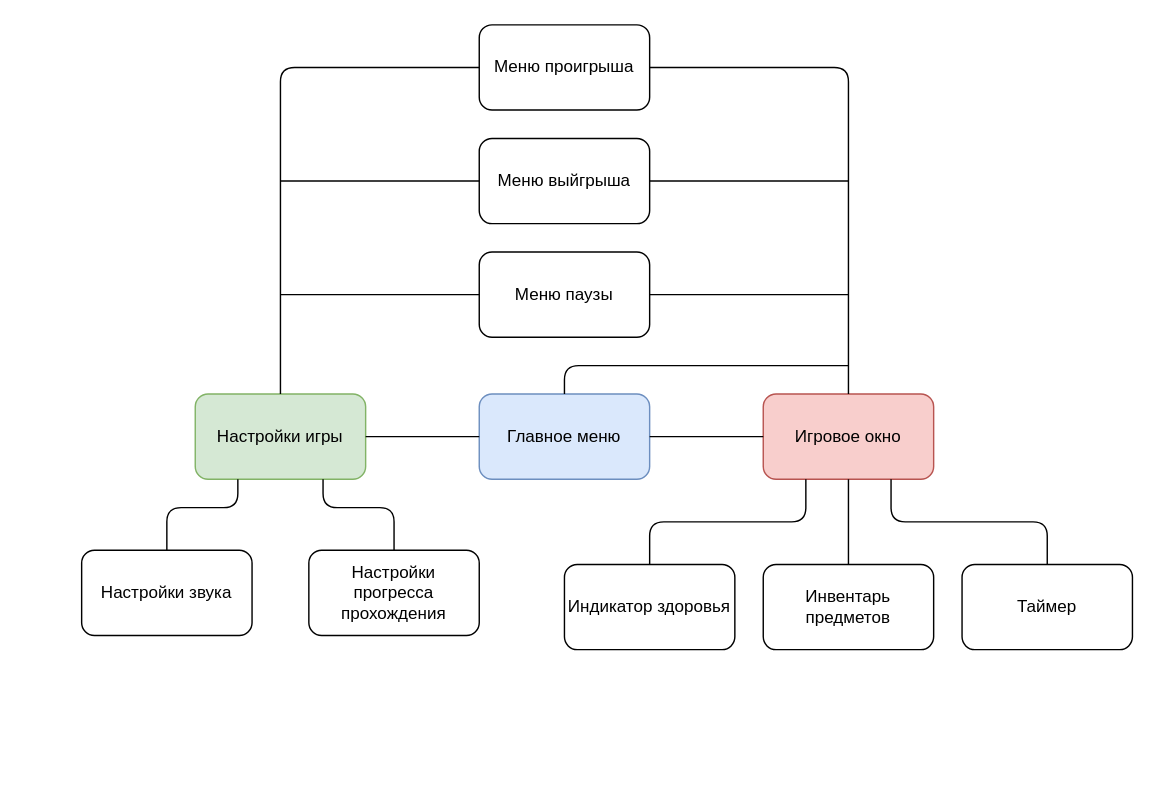
Before: doc/structure_diagram/structure.drawio in itfray/GameGrinch2D, a draw.io diagram. Source tidied: cells renumbered, new cells numbered last; positions are measured from the earlier drawing's top-left corner, leaving out a move shared by most shapes. Both pictures are drawn from the tidied source at 142%, with x=0, y=0 at pixel (81, 24).
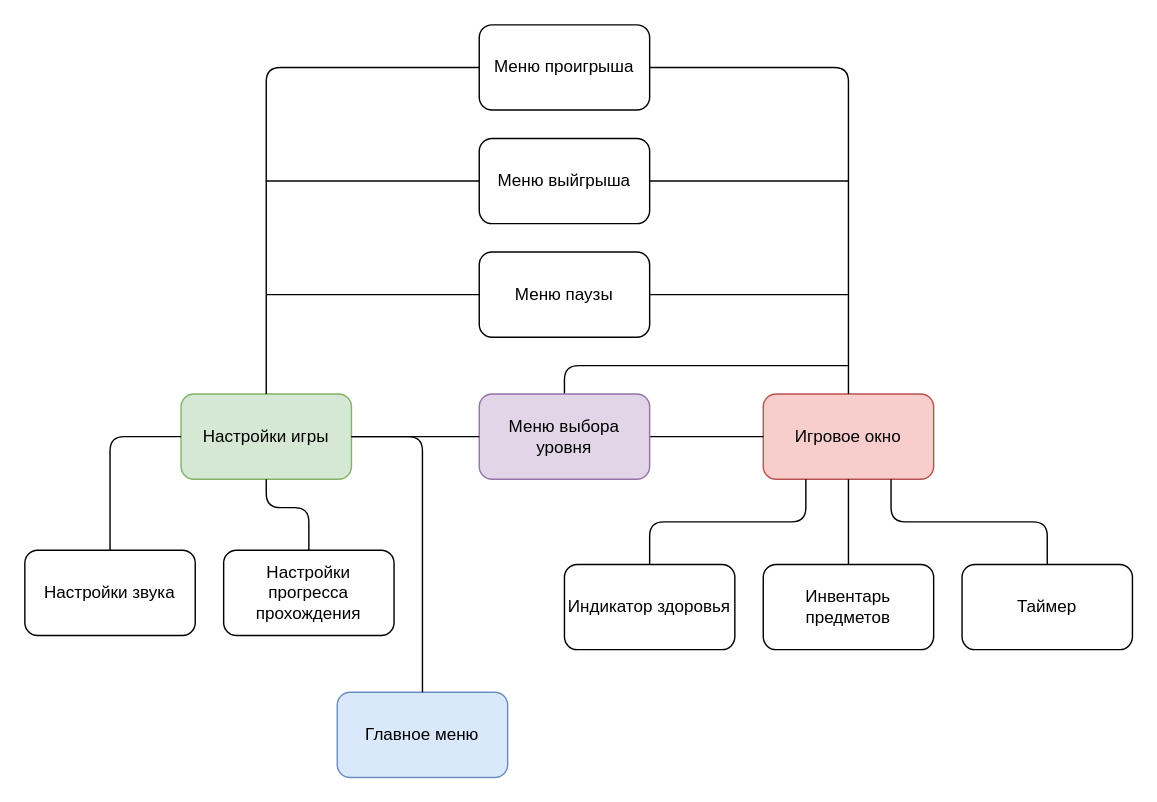
The same page after the edit.

Commit message (it also covers changes not shown here):
fix structure diagram

The change refers to these unchanged cells:
```xml
<mxCell id="9" value="Игровое окно" style="rounded=1;whiteSpace=wrap;html=1;fillColor=#f8cecc;strokeColor=#b85450;" parent="1" vertex="1">
  <mxGeometry x="480" y="260" width="120" height="60" as="geometry" />
</mxCell>
<mxCell id="17" value="Меню паузы" style="rounded=1;whiteSpace=wrap;html=1;" parent="1" vertex="1">
  <mxGeometry x="280" y="160" width="120" height="60" as="geometry" />
</mxCell>
<mxCell id="18" value="Меню выйгрыша" style="rounded=1;whiteSpace=wrap;html=1;" parent="1" vertex="1">
  <mxGeometry x="280" y="80" width="120" height="60" as="geometry" />
</mxCell>
<mxCell id="19" value="Меню проигрыша" style="rounded=1;whiteSpace=wrap;html=1;" parent="1" vertex="1">
  <mxGeometry x="280" width="120" height="60" as="geometry" />
</mxCell>
```

Change to the diagram source:
```diff
@@
     <mxCell id="2" value="Главное меню" style="rounded=1;whiteSpace=wrap;html=1;fillColor=#dae8fc;strokeColor=#6c8ebf;" parent="1" vertex="1">
-      <mxGeometry x="280" y="260" width="120" height="60" as="geometry" />
+      <mxGeometry x="180" y="470" width="120" height="60" as="geometry" />
     </mxCell>
     <mxCell id="3" value="Настройки игры" style="rounded=1;whiteSpace=wrap;html=1;fillColor=#d5e8d4;strokeColor=#82b366;" parent="1" vertex="1">
-      <mxGeometry x="80" y="260" width="120" height="60" as="geometry" />
+      <mxGeometry x="70" y="260" width="120" height="60" as="geometry" />
     </mxCell>
-    <mxCell id="4" style="endArrow=none;html=1;entryX=0;entryY=0.5;entryDx=0;entryDy=0;exitX=1;exitY=0.5;exitDx=0;exitDy=0;" parent="1" edge="1" source="3" target="2">
-      <mxGeometry relative="1" as="geometry" />
-    </mxCell>
     <mxCell id="5" value="Настройки звука" style="rounded=1;whiteSpace=wrap;html=1;" parent="1" vertex="1">
-      <mxGeometry y="370" width="120" height="60" as="geometry" />
+      <mxGeometry x="-40" y="370" width="120" height="60" as="geometry" />
     </mxCell>
     <mxCell id="6" value="Настройки прогресса прохождения" style="rounded=1;whiteSpace=wrap;html=1;" parent="1" vertex="1">
-      <mxGeometry x="160" y="370" width="120" height="60" as="geometry" />
+      <mxGeometry x="100" y="370" width="120" height="60" as="geometry" />
     </mxCell>
-    <mxCell id="7" style="endArrow=none;html=1;exitX=0.5;exitY=0;exitDx=0;exitDy=0;entryX=0.25;entryY=1;entryDx=0;entryDy=0;" parent="1" edge="1" source="5" target="3">
-      <mxGeometry relative="1" as="geometry">
-        <Array as="points">
-          <mxPoint x="60" y="340" />
-          <mxPoint x="110" y="340" />
-        </Array>
-      </mxGeometry>
-    </mxCell>
-    <mxCell id="8" style="endArrow=none;html=1;entryX=0.75;entryY=1;entryDx=0;entryDy=0;exitX=0.5;exitY=0;exitDx=0;exitDy=0;" parent="1" edge="1" source="6" target="3">
-      <mxGeometry relative="1" as="geometry">
-        <Array as="points">
-          <mxPoint x="220" y="340" />
-          <mxPoint x="170" y="340" />
-        </Array>
-      </mxGeometry>
-    </mxCell>
@@
-    <mxCell id="10" style="endArrow=none;html=1;exitX=1;exitY=0.5;exitDx=0;exitDy=0;entryX=0;entryY=0.5;entryDx=0;entryDy=0;" parent="1" edge="1" source="2" target="9">
+    <mxCell id="10" style="endArrow=none;html=1;entryX=0;entryY=0.5;entryDx=0;entryDy=0;exitX=1;exitY=0.5;exitDx=0;exitDy=0;" parent="1" edge="1" source="27" target="9">
       <mxGeometry relative="1" as="geometry" />
     </mxCell>
@@
     <mxCell id="20" style="endArrow=none;html=1;exitX=0.5;exitY=0;exitDx=0;exitDy=0;entryX=0;entryY=0.5;entryDx=0;entryDy=0;" parent="1" edge="1" source="3" target="19">
       <mxGeometry relative="1" as="geometry">
         <Array as="points">
-          <mxPoint x="140" y="30" />
+          <mxPoint x="130" y="30" />
         </Array>
       </mxGeometry>
     </mxCell>
     <mxCell id="21" style="endArrow=none;html=1;entryX=0;entryY=0.5;entryDx=0;entryDy=0;" parent="1" edge="1" target="18">
       <mxGeometry relative="1" as="geometry">
-        <mxPoint x="140" y="110" as="sourcePoint" />
+        <mxPoint x="130" y="110" as="sourcePoint" />
       </mxGeometry>
     </mxCell>
     <mxCell id="22" style="endArrow=none;html=1;entryX=0;entryY=0.5;entryDx=0;entryDy=0;" parent="1" edge="1" target="17">
       <mxGeometry relative="1" as="geometry">
-        <mxPoint x="140" y="190" as="sourcePoint" />
+        <mxPoint x="130" y="190" as="sourcePoint" />
       </mxGeometry>
     </mxCell>
@@
-    <mxCell id="26" style="endArrow=none;html=1;exitX=0.5;exitY=0;exitDx=0;exitDy=0;" parent="1" edge="1" source="2">
+    <mxCell id="26" style="endArrow=none;html=1;exitX=0.5;exitY=0;exitDx=0;exitDy=0;" parent="1" edge="1" source="27">
       <mxGeometry relative="1" as="geometry">
         <mxPoint x="540" y="240" as="targetPoint" />
         <Array as="points">
           <mxPoint x="340" y="240" />
         </Array>
       </mxGeometry>
     </mxCell>
+    <mxCell id="27" value="Меню выбора уровня" style="rounded=1;whiteSpace=wrap;html=1;fillColor=#e1d5e7;strokeColor=#9673a6;" parent="1" vertex="1">
+      <mxGeometry x="280" y="260" width="120" height="60" as="geometry" />
+    </mxCell>
+    <mxCell id="28" style="endArrow=none;html=1;entryX=1;entryY=0.5;entryDx=0;entryDy=0;exitX=0.5;exitY=0;exitDx=0;exitDy=0;" parent="1" edge="1" source="2" target="3">
+      <mxGeometry relative="1" as="geometry">
+        <Array as="points">
+          <mxPoint x="240" y="290" />
+        </Array>
+      </mxGeometry>
+    </mxCell>
+    <mxCell id="29" style="endArrow=none;html=1;entryX=0;entryY=0.5;entryDx=0;entryDy=0;exitX=1;exitY=0.5;exitDx=0;exitDy=0;" parent="1" edge="1" source="3" target="27">
+      <mxGeometry relative="1" as="geometry" />
+    </mxCell>
+    <mxCell id="7" style="endArrow=none;html=1;entryX=0;entryY=0.5;entryDx=0;entryDy=0;exitX=0.5;exitY=0;exitDx=0;exitDy=0;" parent="1" edge="1" source="5" target="3">
+      <mxGeometry relative="1" as="geometry">
+        <Array as="points">
+          <mxPoint x="20" y="290" />
+        </Array>
+      </mxGeometry>
+    </mxCell>
+    <mxCell id="8" style="endArrow=none;html=1;entryX=0.5;entryY=1;entryDx=0;entryDy=0;exitX=0.5;exitY=0;exitDx=0;exitDy=0;" parent="1" edge="1" source="6" target="3">
+      <mxGeometry relative="1" as="geometry">
+        <Array as="points">
+          <mxPoint x="160" y="340" />
+          <mxPoint x="130" y="340" />
+        </Array>
+      </mxGeometry>
+    </mxCell>
```
